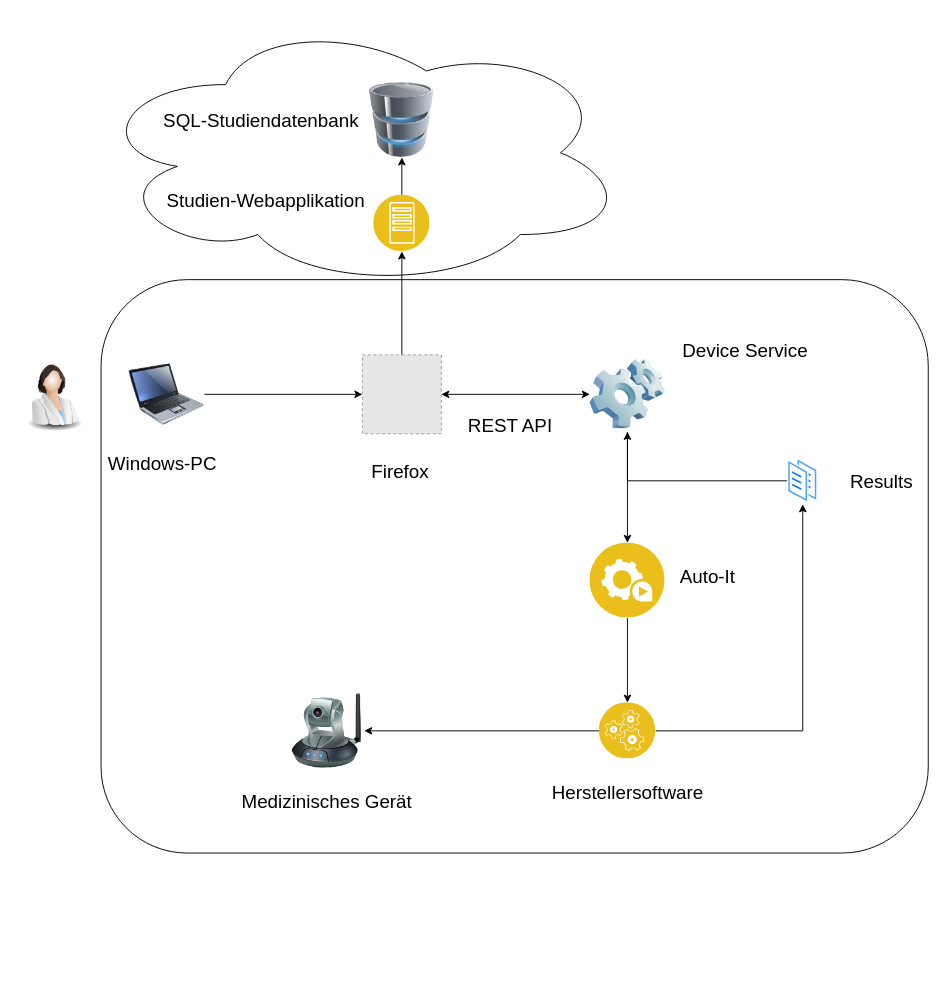
Earlier version of the draw.io diagram Untitled Diagram.drawio (janniswarnat/draw.io-diagrams). Source tidied: cells renumbered, new cells numbered last; positions are measured from the earlier drawing's top-left corner, leaving out a move shared by most shapes. Both pictures are drawn from the tidied source at 94%, with x=0, y=0 at pixel (16, 16). Pictures stored in the file or linked from it are replaced by grey dashed boxes.
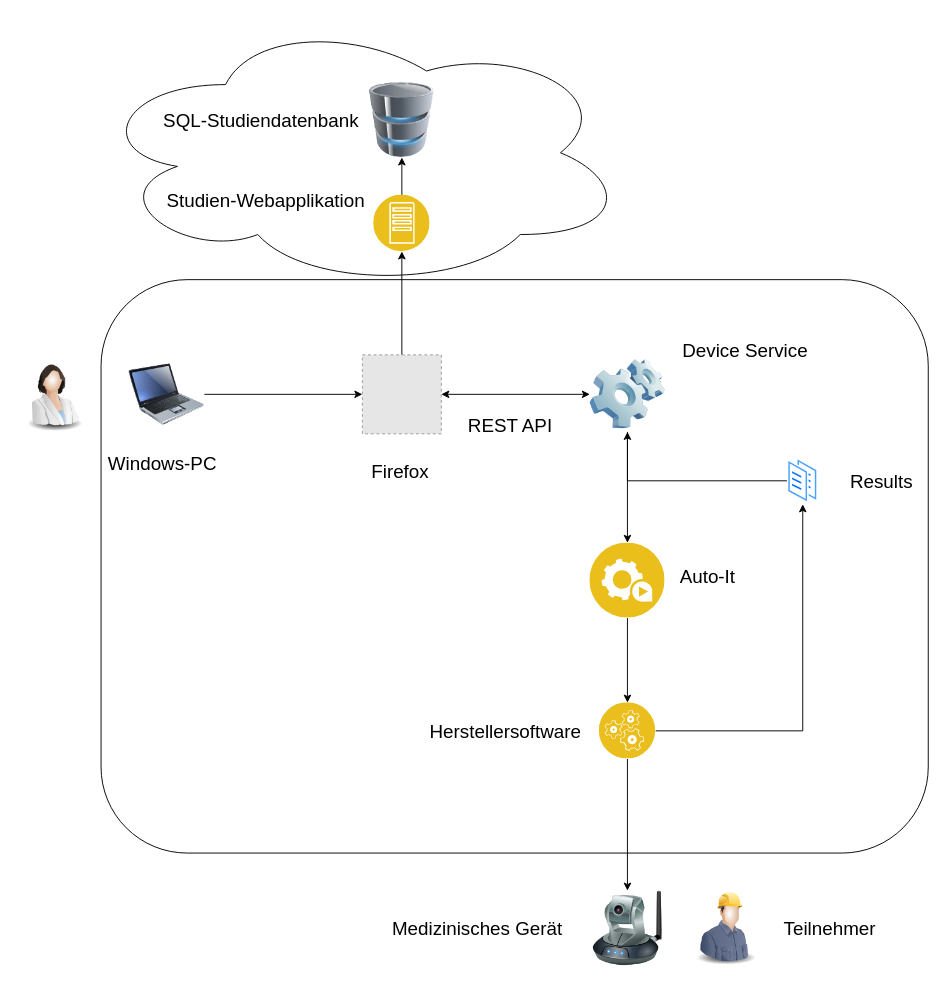
After the change.

Change to the diagram source:
```diff
@@
     <mxCell id="10" style="image;html=1;image=img/lib/clip_art/networking/Ip_Camera_128x128.png;" parent="1" vertex="1">
-      <mxGeometry x="290" y="720" width="80" height="80" as="geometry" />
+      <mxGeometry x="610" y="930" width="80" height="80" as="geometry" />
     </mxCell>
@@
     <mxCell id="23" value="Medizinisches Gerät&lt;br&gt;" style="text;html=1;align=center;verticalAlign=middle;fontSize=20;" parent="1" vertex="1">
-      <mxGeometry x="230" y="820" width="200" height="30" as="geometry" />
+      <mxGeometry x="390" y="955" width="200" height="30" as="geometry" />
     </mxCell>
@@
     <mxCell id="27" value="Herstellersoftware&lt;br&gt;" style="text;html=1;align=center;verticalAlign=middle;fontSize=20;" parent="1" vertex="1">
-      <mxGeometry x="560" y="810" width="180" height="30" as="geometry" />
+      <mxGeometry x="430" y="745" width="180" height="30" as="geometry" />
     </mxCell>
@@
+    <mxCell id="33" style="image;html=1;image=img/lib/clip_art/people/Construction_Worker_Man_128x128.png;" parent="1" vertex="1">
+      <mxGeometry x="715" y="930" width="80" height="80" as="geometry" />
+    </mxCell>
+    <mxCell id="34" value="Teilnehmer" style="text;html=1;align=center;verticalAlign=middle;strokeColor=none;fillColor=none;fontSize=20;" parent="1" vertex="1">
+      <mxGeometry x="810" y="955" width="110" height="30" as="geometry" />
+    </mxCell>
```
